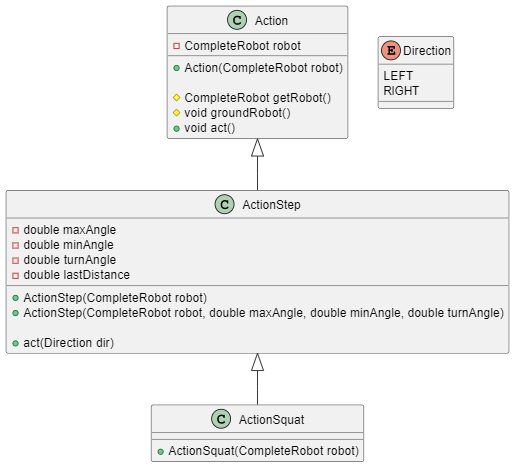
wafibismail/cadi-robot keeps this PlantUML diagram as Classes_Hierarchy.png. Above is the earlier version. Its source is kept beside it as Classes_Hierarchy.puml.
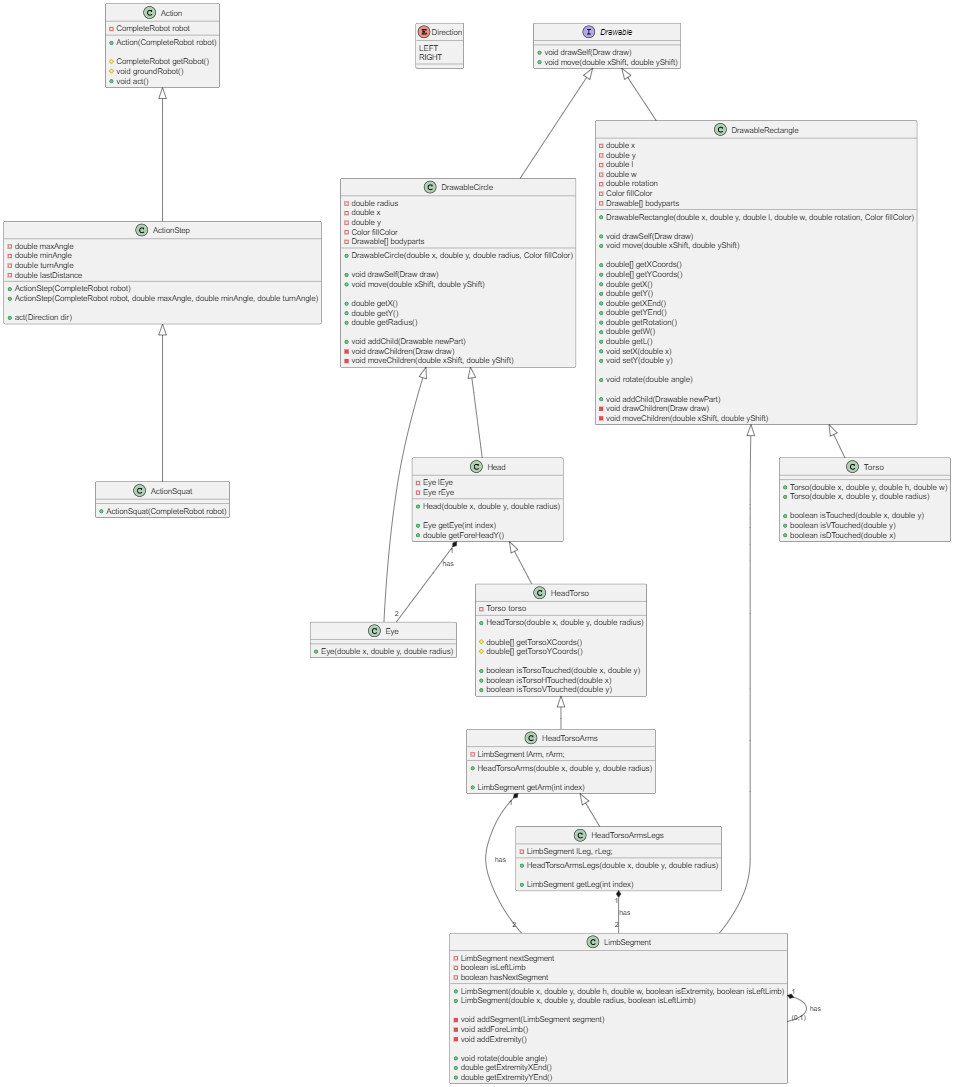
After the commit.

Commit message:
Update UML class diagram

Diff of the diagram source:
```diff
@@ -32,4 +32,155 @@
 
 a <|-- aSt
 aSt <|-- aSq
+
+interface "Drawable" as d {
+  +void drawSelf(Draw draw)
+  +void move(double xShift, double yShift)
+}
+
+class "DrawableCircle" as dC {
+  -double radius
+  -double x
+  -double y
+  -Color fillColor
+  -Drawable[] bodyparts
+
+  +DrawableCircle(double x, double y, double radius, Color fillColor)
+
+  +void drawSelf(Draw draw)
+  +void move(double xShift, double yShift)
+
+  +double getX()
+  +double getY()
+  +double getRadius()
+
+  +void addChild(Drawable newPart)
+  -void drawChildren(Draw draw)
+  -void moveChildren(double xShift, double yShift)
+}
+
+d <|-- dC
+
+class "Eye" as dCE {
+  +Eye(double x, double y, double radius)
+}
+
+dC <|-- dCE
+
+class "Head" as dCH {
+  -Eye lEye
+  -Eye rEye
+
+  +Head(double x, double y, double radius)
+
+  +Eye getEye(int index)
+  +double getForeHeadY()
+}
+
+dC <|-- dCH
+dCH "1" *-- "2" dCE : has
+
+class "HeadTorso" as dCHT {
+  -Torso torso
+
+  +HeadTorso(double x, double y, double radius)
+
+  #double[] getTorsoXCoords()
+  #double[] getTorsoYCoords()
+
+  +boolean isTorsoTouched(double x, double y)
+  +boolean isTorsoHTouched(double x)
+  +boolean isTorsoVTouched(double y)
+}
+
+dCH <|-- dCHT
+
+class "HeadTorsoArms" as dCHTA {
+  -LimbSegment lArm, rArm;
+
+  +HeadTorsoArms(double x, double y, double radius)
+
+  +LimbSegment getArm(int index)
+}
+
+dCHT <|-- dCHTA
+dCHTA "1" *-- "2" LimbSegment : has
+
+class "HeadTorsoArmsLegs" as dCHTAL {
+  -LimbSegment lLeg, rLeg;
+
+  +HeadTorsoArmsLegs(double x, double y, double radius)
+
+  +LimbSegment getLeg(int index)
+}
+
+dCHTA <|-- dCHTAL
+dCHTAL "1" *-- "2" LimbSegment : has
+
+class "DrawableRectangle" as dR {
+  -double x
+  -double y
+  -double l
+  -double w
+  -double rotation
+  -Color fillColor
+  -Drawable[] bodyparts
+
+  +DrawableRectangle(double x, double y, double l, double w, double rotation, Color fillColor)
+
+  +void drawSelf(Draw draw)
+  +void move(double xShift, double yShift)
+
+  +double[] getXCoords()
+  +double[] getYCoords()
+  +double getX()
+  +double getY()
+  +double getXEnd()
+  +double getYEnd()
+  +double getRotation()
+  +double getW()
+  +double getL()
+  +void setX(double x)
+  +void setY(double y)
+
+  +void rotate(double angle)
+
+  +void addChild(Drawable newPart)
+  -void drawChildren(Draw draw)
+  -void moveChildren(double xShift, double yShift)
+}
+
+d <|-- dR
+
+class "Torso" as dRT {
+  +Torso(double x, double y, double h, double w)
+  +Torso(double x, double y, double radius)
+
+  +boolean isTouched(double x, double y)
+  +boolean isVTouched(double y)
+  +boolean isDTouched(double x)
+}
+
+dR <|-- dRT
+
+class "LimbSegment" as LimbSegment {
+  -LimbSegment nextSegment
+  -boolean isLeftLimb
+  -boolean hasNextSegment
+
+  +LimbSegment(double x, double y, double h, double w, boolean isExtremity, boolean isLeftLimb)
+  +LimbSegment(double x, double y, double radius, boolean isLeftLimb)
+
+  -void addSegment(LimbSegment segment)
+  -void addForeLimb()
+  -void addExtremity()
+
+  +void rotate(double angle)
+  +double getExtremityXEnd()
+  +double getExtremityYEnd()
+}
+
+dR <|-- LimbSegment
+
+LimbSegment "1" *-- "(0,1)" LimbSegment : has
 @enduml
```
